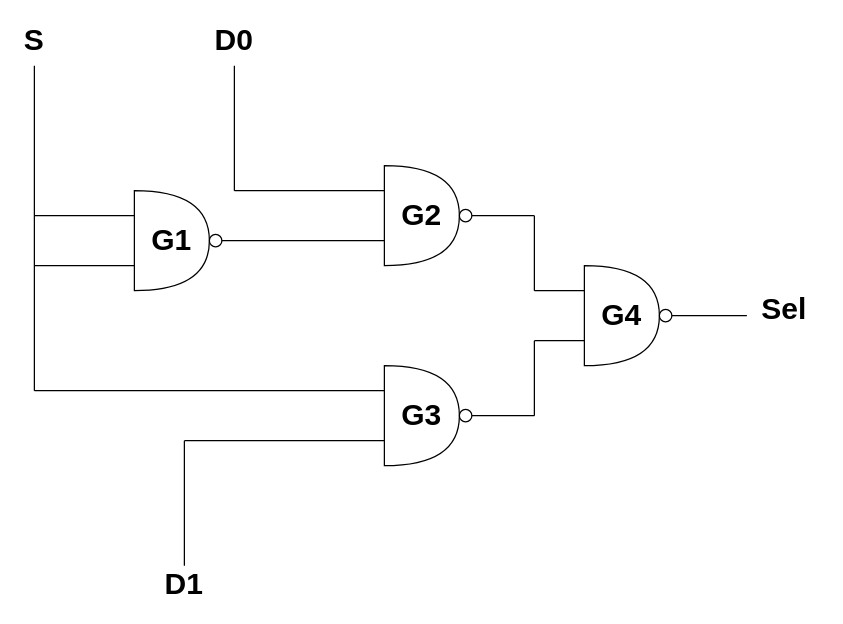
This is page "Page-1" (1 of 5) of Ex1/Mimushim.drawio from monty6400/NumEx1, a draw.io file, before an edit. Source tidied: cells renumbered, new cells numbered last; positions are measured from the earlier drawing's top-left corner, leaving out a move shared by most shapes. Both pictures are drawn from the tidied source at 125%, with x=0, y=0 at pixel (21, 21).
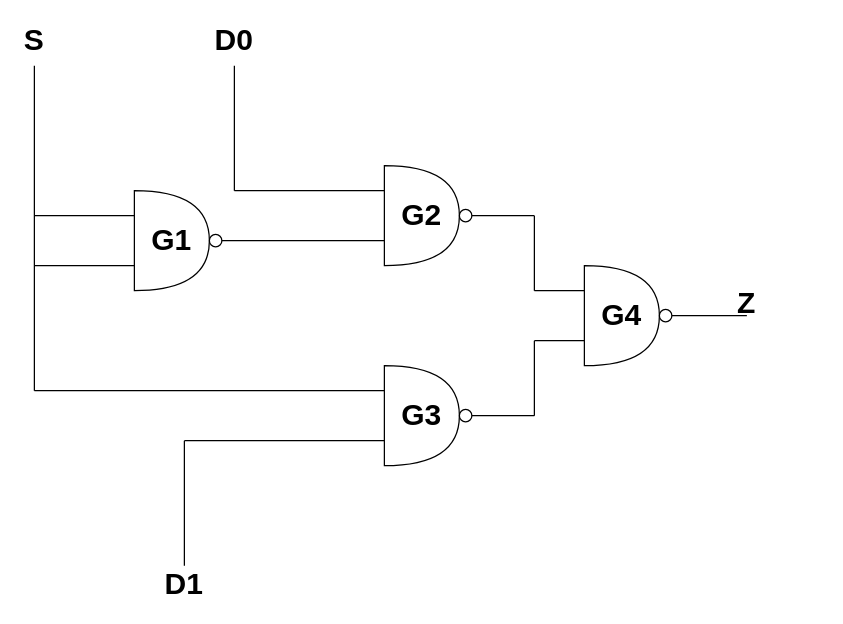
The same page after the edit.

What changed in the source:
```diff
@@
-    <mxCell id="33" value="&lt;font style=&quot;font-size: 24px;&quot;&gt;&lt;b&gt;Sel&lt;/b&gt;&lt;/font&gt;" style="text;strokeColor=none;align=center;fillColor=none;html=1;verticalAlign=middle;whiteSpace=wrap;rounded=0;" parent="1" vertex="1">
-      <mxGeometry x="580" y="215" width="60" height="30" as="geometry" />
+    <mxCell id="33" value="&lt;font style=&quot;font-size: 24px;&quot;&gt;&lt;b&gt;Z&lt;/b&gt;&lt;/font&gt;" style="text;strokeColor=none;align=center;fillColor=none;html=1;verticalAlign=middle;whiteSpace=wrap;rounded=0;" parent="1" vertex="1">
+      <mxGeometry x="550" y="210" width="60" height="30" as="geometry" />
     </mxCell>
```
